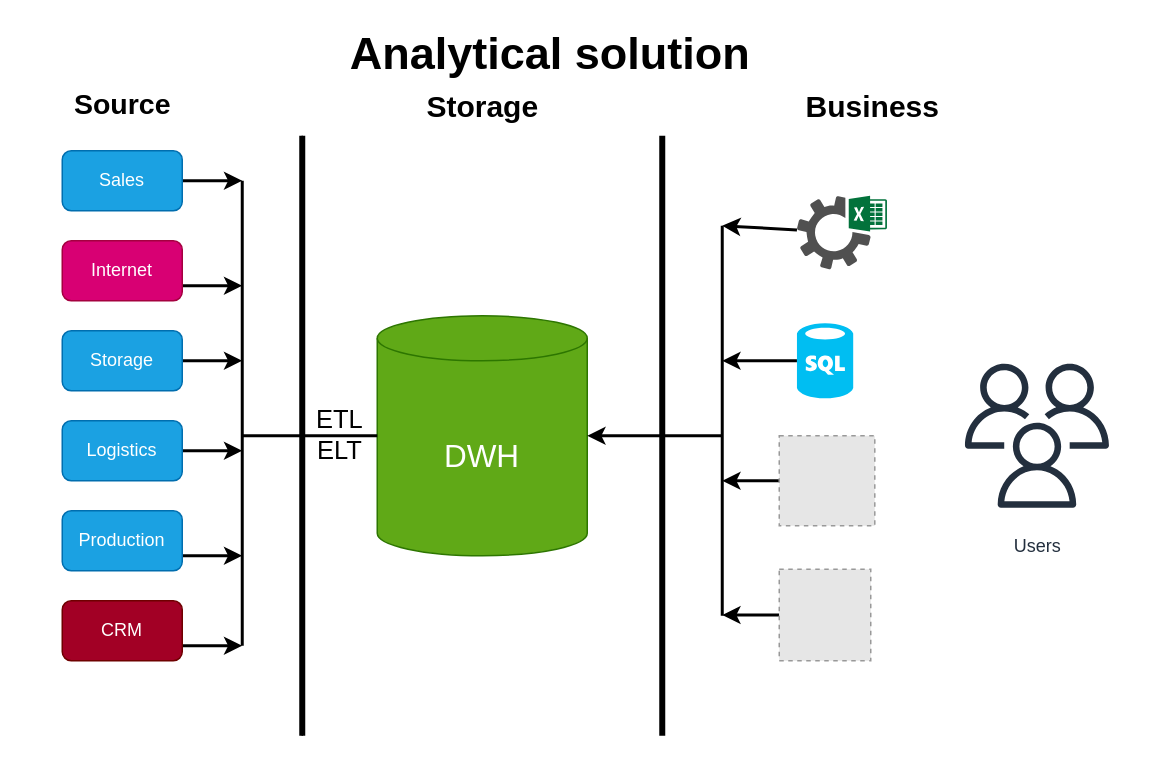
Earlier version of the draw.io diagram DE - 101 Modules/Module01/Solution.drawio (Mbandrovskiy/Data-Learn). Source tidied: cells renumbered, new cells numbered last; positions are measured from the earlier drawing's top-left corner, leaving out a move shared by most shapes. Both pictures are drawn from the tidied source at 150%, with x=0, y=0 at pixel (62, 30). Pictures stored in the file or linked from it are replaced by grey dashed boxes.
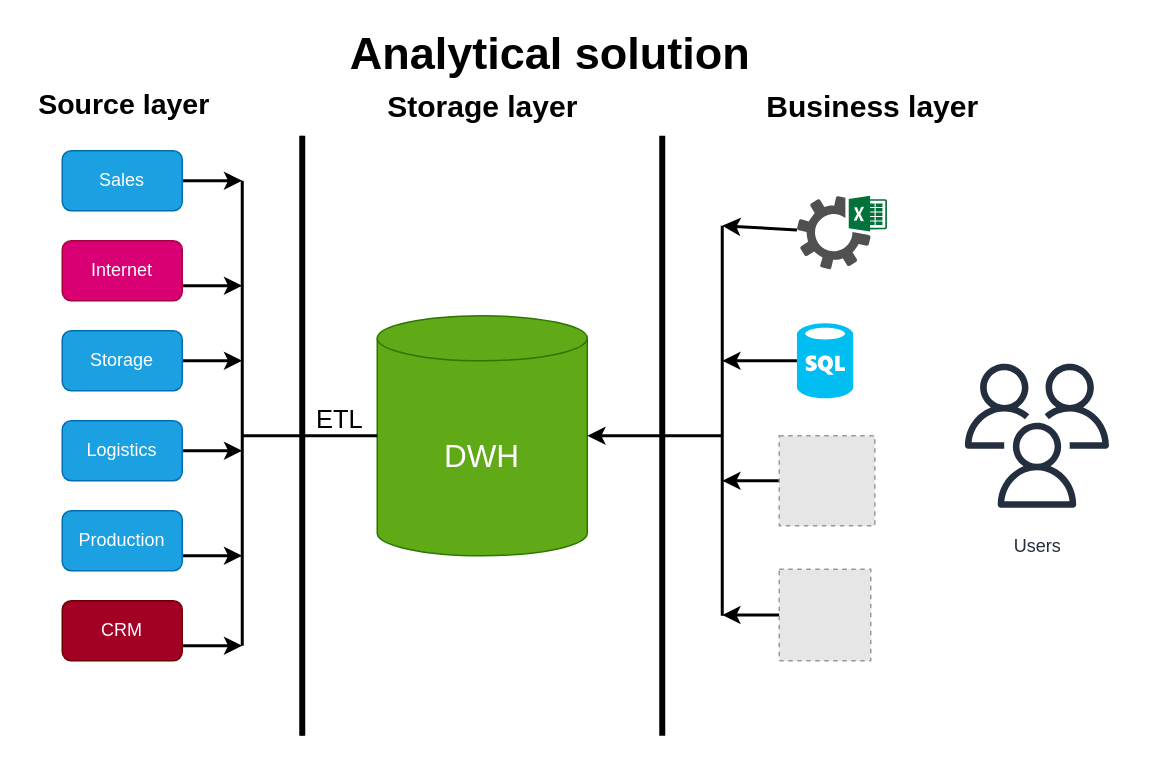
After the change.

Change to the diagram source:
```diff
@@
-    <mxCell id="21" value="&lt;font style=&quot;font-size: 17px;&quot;&gt;&amp;nbsp; ETL &lt;br&gt;&amp;nbsp; ELT&lt;/font&gt;" style="text;html=1;align=center;verticalAlign=middle;strokeColor=none;fillColor=none;" parent="1" vertex="1">
+    <mxCell id="21" value="&lt;font style=&quot;font-size: 17px;&quot;&gt;&amp;nbsp; ETL &lt;br&gt;&amp;nbsp;&lt;/font&gt;" style="text;html=1;align=center;verticalAlign=middle;strokeColor=none;fillColor=none;" parent="1" vertex="1">
       <mxGeometry x="150" y="250" width="60" height="40" as="geometry" />
     </mxCell>
@@
-    <mxCell id="30" value="&lt;font size=&quot;1&quot; style=&quot;&quot;&gt;&lt;b style=&quot;font-size: 19px;&quot;&gt;Source&lt;/b&gt;&lt;/font&gt;" style="text;html=1;align=center;verticalAlign=middle;strokeColor=none;fillColor=none;" parent="1" vertex="1">
-      <mxGeometry y="40" width="80" height="20" as="geometry" />
+    <mxCell id="30" value="&lt;font size=&quot;1&quot; style=&quot;&quot;&gt;&lt;b style=&quot;font-size: 19px;&quot;&gt;Source layer&lt;/b&gt;&lt;/font&gt;" style="text;html=1;align=center;verticalAlign=middle;strokeColor=none;fillColor=none;" parent="1" vertex="1">
+      <mxGeometry x="-24" y="40" width="130" height="20" as="geometry" />
     </mxCell>
-    <mxCell id="31" value="&lt;font style=&quot;font-size: 20px;&quot;&gt;&lt;b&gt;Storage&lt;/b&gt;&lt;/font&gt;" style="text;html=1;align=center;verticalAlign=middle;strokeColor=none;fillColor=none;" parent="1" vertex="1">
-      <mxGeometry x="235" y="40" width="90" height="20" as="geometry" />
+    <mxCell id="31" value="&lt;font style=&quot;font-size: 20px;&quot;&gt;&lt;b&gt;Storage layer&lt;/b&gt;&lt;/font&gt;" style="text;html=1;align=center;verticalAlign=middle;strokeColor=none;fillColor=none;" parent="1" vertex="1">
+      <mxGeometry x="210" y="40" width="140" height="20" as="geometry" />
     </mxCell>
-    <mxCell id="32" value="&lt;font style=&quot;font-size: 20px;&quot;&gt;&lt;b&gt;Business&lt;/b&gt;&lt;/font&gt;" style="text;html=1;align=center;verticalAlign=middle;strokeColor=none;fillColor=none;" parent="1" vertex="1">
-      <mxGeometry x="489.8" y="40" width="100" height="20" as="geometry" />
+    <mxCell id="32" value="&lt;font style=&quot;font-size: 20px;&quot;&gt;&lt;b&gt;Business layer&lt;/b&gt;&lt;/font&gt;" style="text;html=1;align=center;verticalAlign=middle;strokeColor=none;fillColor=none;" parent="1" vertex="1">
+      <mxGeometry x="459.8" y="40" width="160" height="20" as="geometry" />
     </mxCell>
```
